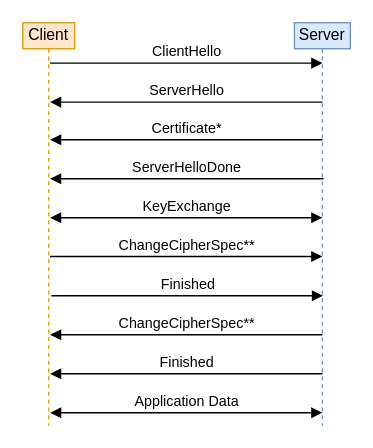
Earlier version of the draw.io diagram figures/tls-handshake.drawio (gustavoluvizotto/thesis). Source tidied: cells renumbered, new cells numbered last; positions are measured from the earlier drawing's top-left corner, leaving out a move shared by most shapes. Both pictures are drawn from the tidied source at 130%, with x=0, y=0 at pixel (22, 22).
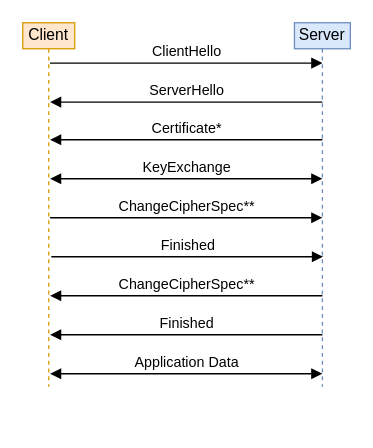
The same diagram, later.

Change to the diagram source:
```diff
@@
     <mxCell id="2" value="Client" style="shape=umlLifeline;perimeter=lifelinePerimeter;whiteSpace=wrap;html=1;newEdgeStyle={&quot;curved&quot;:0,&quot;rounded&quot;:0};size=20;fillColor=#ffe6cc;strokeColor=#d79b00;" parent="1" vertex="1">
-      <mxGeometry width="40" height="310" as="geometry" />
+      <mxGeometry width="40" height="280" as="geometry" />
     </mxCell>
     <mxCell id="3" value="Server" style="shape=umlLifeline;perimeter=lifelinePerimeter;whiteSpace=wrap;html=1;newEdgeStyle={&quot;curved&quot;:0,&quot;rounded&quot;:0};size=20;fillColor=#dae8fc;strokeColor=#6c8ebf;" parent="1" vertex="1">
-      <mxGeometry x="209" width="43" height="310" as="geometry" />
+      <mxGeometry x="209" width="43" height="280" as="geometry" />
     </mxCell>
@@
     <mxCell id="6" value="&lt;div&gt;KeyExchange&lt;/div&gt;" style="html=1;verticalAlign=bottom;endArrow=block;curved=0;rounded=0;startArrow=block;startFill=1;" parent="1" edge="1">
       <mxGeometry relative="1" as="geometry">
-        <mxPoint x="21" y="150" as="sourcePoint" />
-        <mxPoint x="230.5" y="150" as="targetPoint" />
+        <mxPoint x="21" y="120" as="sourcePoint" />
+        <mxPoint x="230.5" y="120" as="targetPoint" />
       </mxGeometry>
     </mxCell>
@@
     <mxCell id="8" value="ChangeCipherSpec**" style="html=1;verticalAlign=bottom;endArrow=block;curved=0;rounded=0;" parent="1" edge="1">
       <mxGeometry relative="1" as="geometry">
-        <mxPoint x="21" y="179.8" as="sourcePoint" />
-        <mxPoint x="230.5" y="179.8" as="targetPoint" />
+        <mxPoint x="21" y="150" as="sourcePoint" />
+        <mxPoint x="230.5" y="150" as="targetPoint" />
       </mxGeometry>
     </mxCell>
     <mxCell id="9" value="Finished" style="html=1;verticalAlign=bottom;endArrow=block;curved=0;rounded=0;" parent="1" edge="1">
       <mxGeometry relative="1" as="geometry">
-        <mxPoint x="22" y="210" as="sourcePoint" />
-        <mxPoint x="231" y="210" as="targetPoint" />
+        <mxPoint x="22" y="180" as="sourcePoint" />
+        <mxPoint x="231" y="180" as="targetPoint" />
       </mxGeometry>
     </mxCell>
     <mxCell id="10" value="ChangeCipherSpec**" style="html=1;verticalAlign=bottom;endArrow=block;curved=0;rounded=0;" parent="1" edge="1">
       <mxGeometry relative="1" as="geometry">
-        <mxPoint x="230.5" y="240" as="sourcePoint" />
-        <mxPoint x="21" y="240" as="targetPoint" />
+        <mxPoint x="230.5" y="210" as="sourcePoint" />
+        <mxPoint x="21" y="210" as="targetPoint" />
       </mxGeometry>
     </mxCell>
     <mxCell id="11" value="Finished" style="html=1;verticalAlign=bottom;endArrow=block;curved=0;rounded=0;" parent="1" edge="1">
       <mxGeometry relative="1" as="geometry">
-        <mxPoint x="230.5" y="270" as="sourcePoint" />
-        <mxPoint x="21" y="270" as="targetPoint" />
+        <mxPoint x="230.5" y="240" as="sourcePoint" />
+        <mxPoint x="21" y="240" as="targetPoint" />
       </mxGeometry>
     </mxCell>
     <mxCell id="12" value="Application Data" style="html=1;verticalAlign=bottom;endArrow=block;curved=0;rounded=0;startArrow=block;startFill=1;" parent="1" edge="1">
       <mxGeometry relative="1" as="geometry">
-        <mxPoint x="230.5" y="300" as="sourcePoint" />
-        <mxPoint x="21" y="300" as="targetPoint" />
+        <mxPoint x="230.5" y="270" as="sourcePoint" />
+        <mxPoint x="21" y="270" as="targetPoint" />
       </mxGeometry>
     </mxCell>
-    <mxCell id="13" value="ServerHelloDone" style="html=1;verticalAlign=bottom;endArrow=block;curved=0;rounded=0;" parent="1" edge="1">
-      <mxGeometry relative="1" as="geometry">
-        <mxPoint x="231.2" y="120" as="sourcePoint" />
-        <mxPoint x="21" y="120" as="targetPoint" />
-        <Array as="points">
-          <mxPoint x="181.2" y="120" />
-        </Array>
-      </mxGeometry>
-    </mxCell>
```
